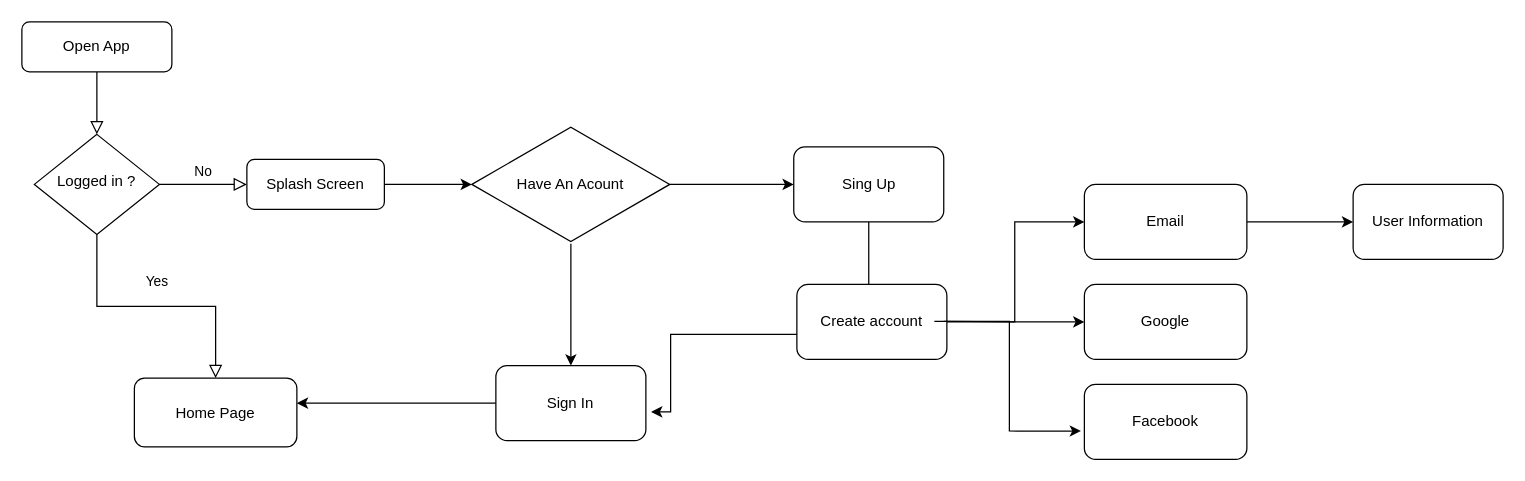
Above: Rusookh_app.drawio in Mohammed-ElSherif/Rusookh_app (draw.io), before the change. Source tidied: cells renumbered, new cells numbered last; positions are measured from the earlier drawing's top-left corner, leaving out a move shared by most shapes. Both pictures are drawn from the tidied source at 125%, with x=0, y=0 at pixel (21, 21).
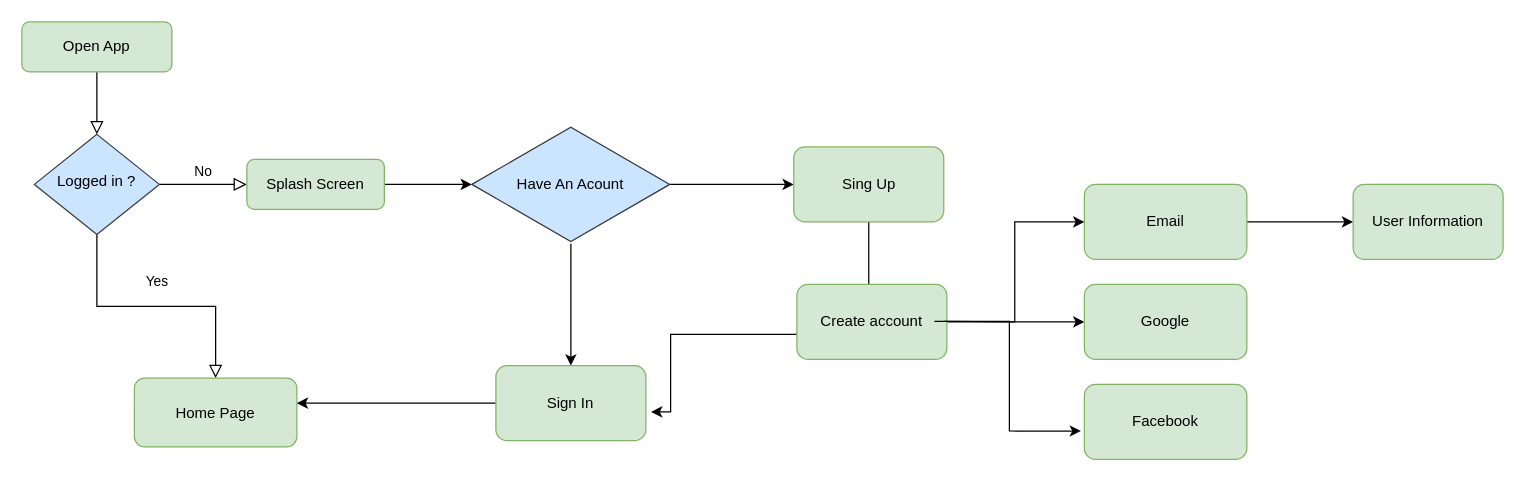
After the change.

Commit message:
end create first part of flow chart

Diff of the diagram source:
```diff
@@
-    <mxCell id="3" value="Open App" style="rounded=1;whiteSpace=wrap;html=1;fontSize=12;glass=0;strokeWidth=1;shadow=0;" parent="1" vertex="1">
+    <mxCell id="3" value="Open App" style="rounded=1;whiteSpace=wrap;html=1;fontSize=12;glass=0;strokeWidth=1;shadow=0;fillColor=#d5e8d4;strokeColor=#82b366;" parent="1" vertex="1">
       <mxGeometry width="120" height="40" as="geometry" />
     </mxCell>
@@
-    <mxCell id="6" value="Logged in ?" style="rhombus;whiteSpace=wrap;html=1;shadow=0;fontFamily=Helvetica;fontSize=12;align=center;strokeWidth=1;spacing=6;spacingTop=-4;" parent="1" vertex="1">
+    <mxCell id="6" value="Logged in ?" style="rhombus;whiteSpace=wrap;html=1;shadow=0;fontFamily=Helvetica;fontSize=12;align=center;strokeWidth=1;spacing=6;spacingTop=-4;fillColor=#cce5ff;strokeColor=#36393d;" parent="1" vertex="1">
       <mxGeometry x="10" y="90" width="100" height="80" as="geometry" />
     </mxCell>
@@
-    <mxCell id="8" value="Splash Screen" style="rounded=1;whiteSpace=wrap;html=1;fontSize=12;glass=0;strokeWidth=1;shadow=0;" parent="1" vertex="1">
+    <mxCell id="8" value="Splash Screen" style="rounded=1;whiteSpace=wrap;html=1;fontSize=12;glass=0;strokeWidth=1;shadow=0;fillColor=#d5e8d4;strokeColor=#82b366;" parent="1" vertex="1">
       <mxGeometry x="180" y="110" width="110" height="40" as="geometry" />
     </mxCell>
-    <mxCell id="9" value="Home Page" style="rounded=1;whiteSpace=wrap;html=1;fontSize=12;glass=0;strokeWidth=1;shadow=0;" parent="1" vertex="1">
+    <mxCell id="9" value="Home Page" style="rounded=1;whiteSpace=wrap;html=1;fontSize=12;glass=0;strokeWidth=1;shadow=0;fillColor=#d5e8d4;strokeColor=#82b366;" parent="1" vertex="1">
       <mxGeometry x="90" y="285" width="130" height="55" as="geometry" />
     </mxCell>
@@
-    <mxCell id="12" value="Have An Acount" style="html=1;whiteSpace=wrap;shape=isoRectangle;" parent="1" vertex="1">
+    <mxCell id="12" value="Have An Acount" style="html=1;whiteSpace=wrap;shape=isoRectangle;fillColor=#cce5ff;strokeColor=#36393d;" parent="1" vertex="1">
       <mxGeometry x="360" y="82.5" width="158.3" height="95" as="geometry" />
     </mxCell>
@@
-    <mxCell id="14" value="Sign In" style="rounded=1;whiteSpace=wrap;html=1;" parent="1" vertex="1">
+    <mxCell id="14" value="Sign In" style="rounded=1;whiteSpace=wrap;html=1;fillColor=#d5e8d4;strokeColor=#82b366;" parent="1" vertex="1">
       <mxGeometry x="379.2" y="275" width="120" height="60" as="geometry" />
     </mxCell>
@@
-    <mxCell id="16" value="Sing Up" style="rounded=1;whiteSpace=wrap;html=1;" parent="1" vertex="1">
+    <mxCell id="16" value="Sing Up" style="rounded=1;whiteSpace=wrap;html=1;fillColor=#d5e8d4;strokeColor=#82b366;" parent="1" vertex="1">
       <mxGeometry x="617.5" y="100" width="120" height="60" as="geometry" />
     </mxCell>
@@
-    <mxCell id="19" value="Create account" style="rounded=1;whiteSpace=wrap;html=1;" parent="1" vertex="1">
+    <mxCell id="19" value="Create account" style="rounded=1;whiteSpace=wrap;html=1;fillColor=#d5e8d4;strokeColor=#82b366;" parent="1" vertex="1">
       <mxGeometry x="620" y="210" width="120" height="60" as="geometry" />
     </mxCell>
-    <mxCell id="20" value="Google" style="whiteSpace=wrap;html=1;rounded=1;" parent="1" vertex="1">
+    <mxCell id="20" value="Google" style="whiteSpace=wrap;html=1;rounded=1;fillColor=#d5e8d4;strokeColor=#82b366;" parent="1" vertex="1">
       <mxGeometry x="850" y="210" width="130" height="60" as="geometry" />
     </mxCell>
-    <mxCell id="21" value="Facebook" style="whiteSpace=wrap;html=1;rounded=1;" parent="1" vertex="1">
+    <mxCell id="21" value="Facebook" style="whiteSpace=wrap;html=1;rounded=1;fillColor=#d5e8d4;strokeColor=#82b366;" parent="1" vertex="1">
       <mxGeometry x="850" y="290" width="130" height="60" as="geometry" />
     </mxCell>
@@
-    <mxCell id="23" value="Email" style="whiteSpace=wrap;html=1;rounded=1;" parent="1" vertex="1">
+    <mxCell id="23" value="Email" style="whiteSpace=wrap;html=1;rounded=1;fillColor=#d5e8d4;strokeColor=#82b366;" parent="1" vertex="1">
       <mxGeometry x="850" y="130" width="130" height="60" as="geometry" />
     </mxCell>
@@
-    <mxCell id="26" value="User Information" style="whiteSpace=wrap;html=1;rounded=1;" parent="1" vertex="1">
+    <mxCell id="26" value="User Information" style="whiteSpace=wrap;html=1;rounded=1;fillColor=#d5e8d4;strokeColor=#82b366;" parent="1" vertex="1">
       <mxGeometry x="1065" y="130" width="120" height="60" as="geometry" />
     </mxCell>
```
